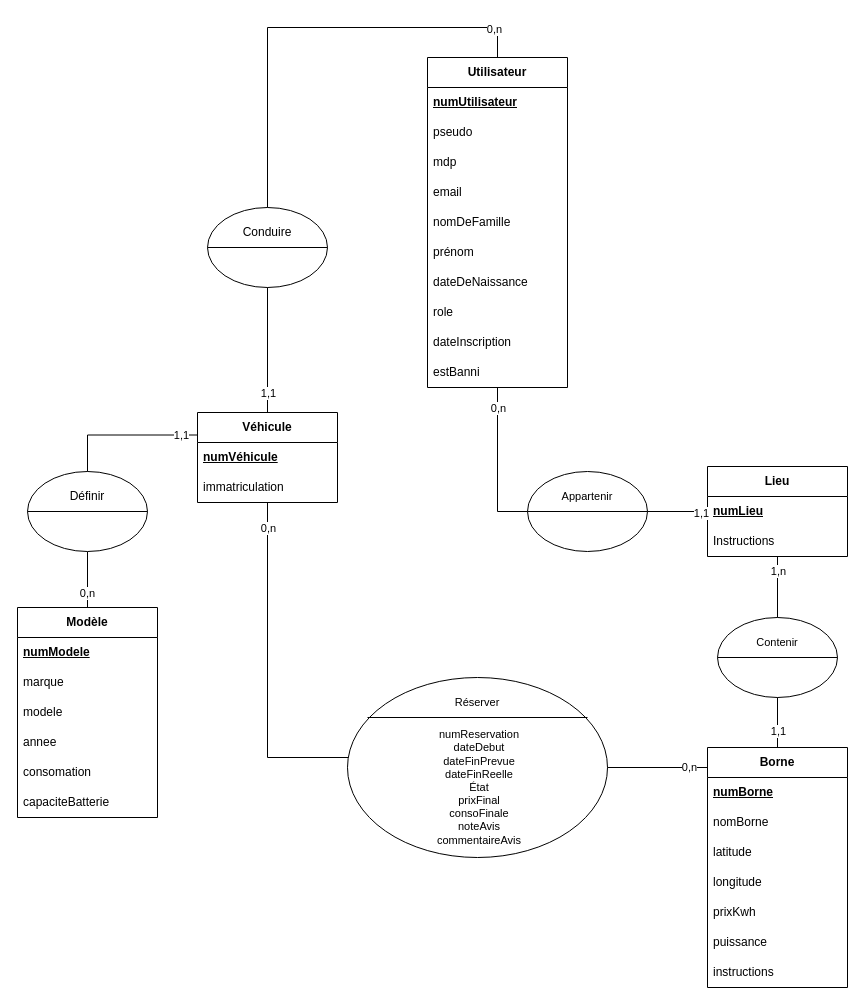
Above: page "mcd" (1 of 3) of merise-electricity-business.drawio in LaiPe/electricity-business-back (draw.io), before the change. Source tidied: cells renumbered, new cells numbered last; positions are measured from the earlier drawing's top-left corner, leaving out a move shared by most shapes. Both pictures are drawn from the tidied source at 100%, with x=0, y=0 at pixel (17, 27).
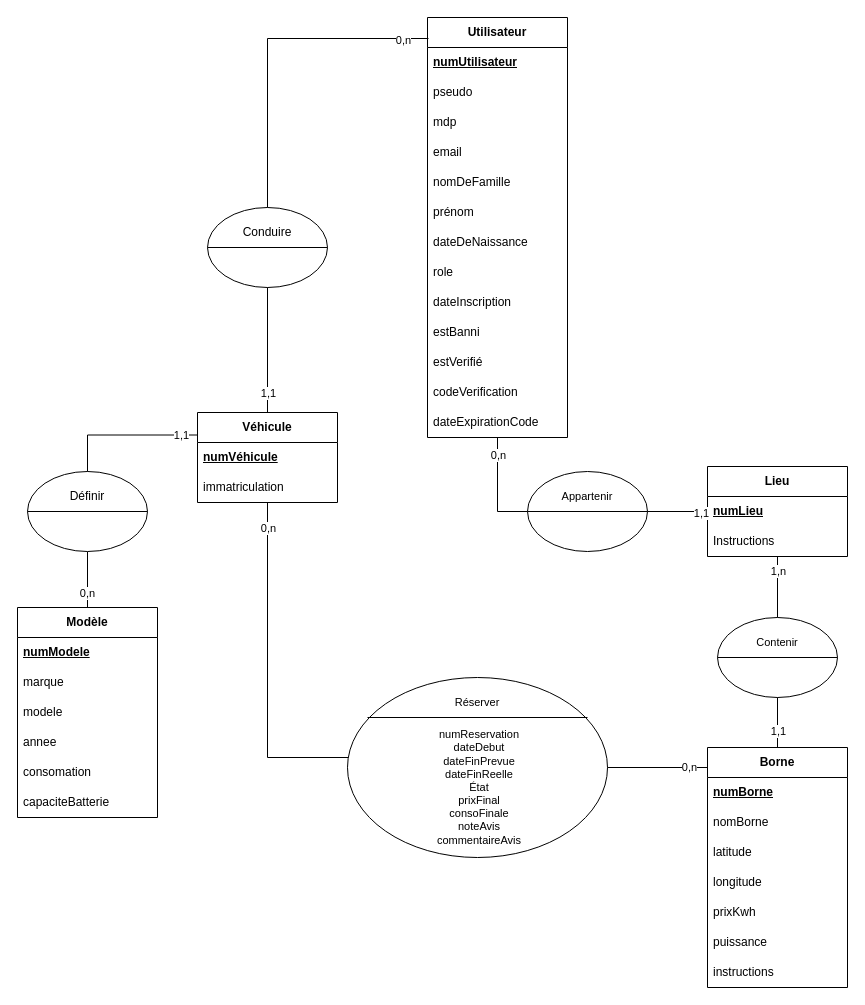
After the change.

Unchanged cells that the change refers to:
```xml
<mxCell id="53" style="ellipse;whiteSpace=wrap;html=1;" parent="52" vertex="1">
  <mxGeometry width="120" height="80" as="geometry" />
</mxCell>
```

Change to the diagram source:
```diff
@@
     <mxCell id="4" value="&lt;b&gt;Utilisateur&lt;/b&gt;" style="swimlane;fontStyle=0;horizontal=1;startSize=30;whiteSpace=wrap;html=1;" parent="1" vertex="1">
-      <mxGeometry x="410" y="30" width="140" height="330" as="geometry" />
+      <mxGeometry x="410" y="-10" width="140" height="420" as="geometry" />
     </mxCell>
@@
+    <mxCell id="75" value="estVerifié" style="text;strokeColor=none;fillColor=none;align=left;verticalAlign=middle;spacingLeft=4;spacingRight=4;overflow=hidden;whiteSpace=wrap;html=1;" parent="4" vertex="1">
+      <mxGeometry y="330" width="140" height="30" as="geometry" />
+    </mxCell>
+    <mxCell id="76" value="codeVerification" style="text;strokeColor=none;fillColor=none;align=left;verticalAlign=middle;spacingLeft=4;spacingRight=4;overflow=hidden;whiteSpace=wrap;html=1;" parent="4" vertex="1">
+      <mxGeometry y="360" width="140" height="30" as="geometry" />
+    </mxCell>
+    <mxCell id="77" value="dateExpirationCode" style="text;strokeColor=none;fillColor=none;align=left;verticalAlign=middle;spacingLeft=4;spacingRight=4;overflow=hidden;whiteSpace=wrap;html=1;" parent="4" vertex="1">
+      <mxGeometry y="390" width="140" height="30" as="geometry" />
+    </mxCell>
@@
-    <mxCell id="56" style="edgeStyle=orthogonalEdgeStyle;rounded=0;jettySize=auto;html=1;exitX=0.5;exitY=0;exitDx=0;exitDy=0;entryX=0.5;entryY=0;entryDx=0;entryDy=0;endArrow=none;startFill=0;" parent="1" edge="1" source="53" target="4">
+    <mxCell id="56" style="edgeStyle=orthogonalEdgeStyle;rounded=0;jettySize=auto;html=1;exitX=0.5;exitY=0;exitDx=0;exitDy=0;entryX=0.007;entryY=0.05;entryDx=0;entryDy=0;endArrow=none;startFill=0;entryPerimeter=0;" parent="1" edge="1" source="53" target="4">
       <mxGeometry relative="1" as="geometry">
         <Array as="points">
-          <mxPoint x="250" />
-          <mxPoint x="480" />
+          <mxPoint x="250" y="11" />
         </Array>
       </mxGeometry>
     </mxCell>
```
